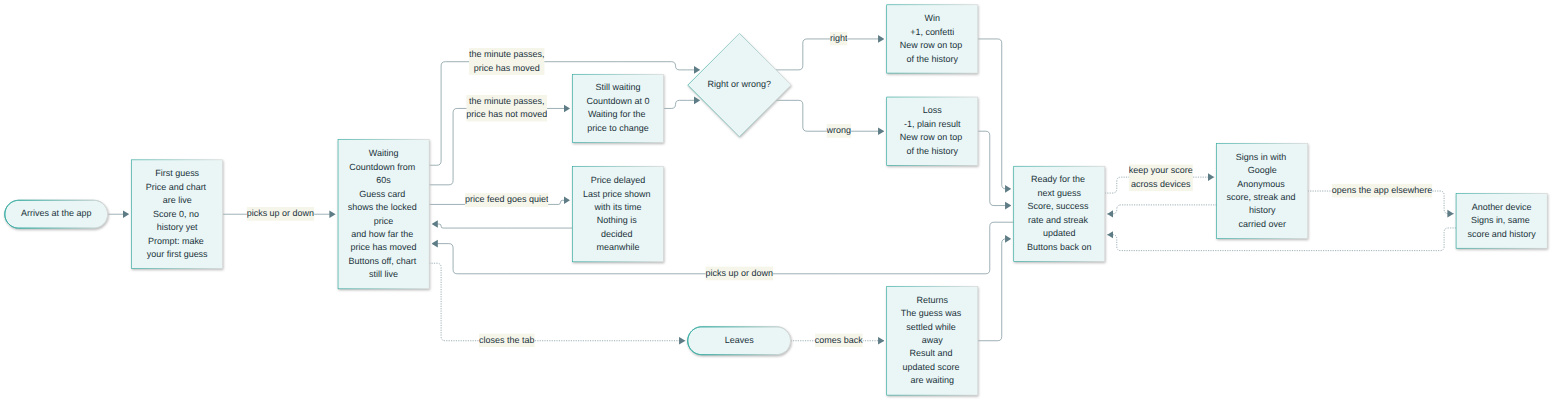
imcarvalho/epilot-btc keeps this Mermaid diagram as docs/flows/00-user-flow.png. Above is the earlier version. Its source is kept beside it as docs/flows/00-user-flow.mmd. Its diagram source:
```mermaid
flowchart LR
    A([Arrives at the app]) --> B[First guess<br/>Price and chart are live<br/>Score 0, no history yet<br/>Prompt: make your first guess]
    B -- "picks up or down" --> C[Waiting<br/>Countdown from 60s<br/>Guess card shows the locked price<br/>and how far the price has moved<br/>Buttons off, chart still live]
    C -- "the minute passes,<br/>price has moved" --> D{Right or wrong?}
    C -- "the minute passes,<br/>price has not moved" --> E[Still waiting<br/>Countdown at 0<br/>Waiting for the price to change]
    E --> D
    C -- "price feed goes quiet" --> F[Price delayed<br/>Last price shown with its time<br/>Nothing is decided meanwhile]
    F --> C

    D -- right --> G[Win<br/>+1, confetti<br/>New row on top of the history]
    D -- wrong --> H[Loss<br/>-1, plain result<br/>New row on top of the history]
    G --> I[Ready for the next guess<br/>Score, success rate and streak updated<br/>Buttons back on]
    H --> I
    I -- "picks up or down" --> C

    C -.->|closes the tab| J([Leaves])
    J -.->|comes back| K[Returns<br/>The guess was settled while away<br/>Result and updated score are waiting]
    K --> I

    I -. "keep your score<br/>across devices" .-> L[Signs in with Google<br/>Anonymous score, streak and history<br/>carried over]
    L -.-> I
    L -.->|opens the app elsewhere| M[Another device<br/>Signs in, same score and history]
    M -.-> I
```
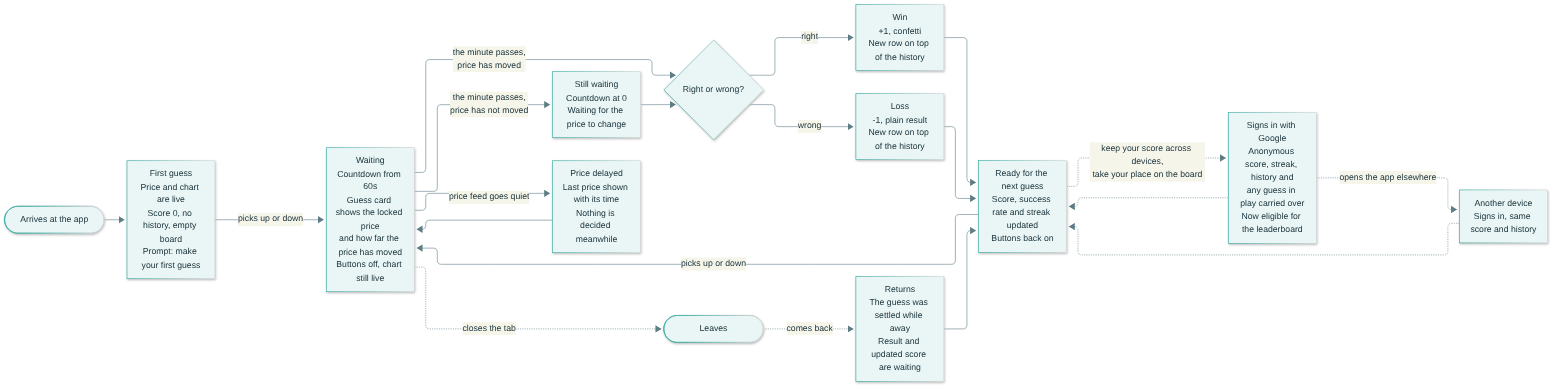
The same diagram one commit later.

Commit message:
Make the flow diagrams reproducible

Change to the diagram source:
```diff
@@ -1,5 +1,5 @@
 flowchart LR
-    A([Arrives at the app]) --> B[First guess<br/>Price and chart are live<br/>Score 0, no history yet<br/>Prompt: make your first guess]
+    A([Arrives at the app]) --> B[First guess<br/>Price and chart are live<br/>Score 0, no history, empty board<br/>Prompt: make your first guess]
     B -- "picks up or down" --> C[Waiting<br/>Countdown from 60s<br/>Guess card shows the locked price<br/>and how far the price has moved<br/>Buttons off, chart still live]
     C -- "the minute passes,<br/>price has moved" --> D{Right or wrong?}
     C -- "the minute passes,<br/>price has not moved" --> E[Still waiting<br/>Countdown at 0<br/>Waiting for the price to change]
@@ -17,7 +17,7 @@
     J -.->|comes back| K[Returns<br/>The guess was settled while away<br/>Result and updated score are waiting]
     K --> I
 
-    I -. "keep your score<br/>across devices" .-> L[Signs in with Google<br/>Anonymous score, streak and history<br/>carried over]
+    I -. "keep your score across devices,<br/>take your place on the board" .-> L[Signs in with Google<br/>Anonymous score, streak, history and<br/>any guess in play carried over<br/>Now eligible for the leaderboard]
     L -.-> I
     L -.->|opens the app elsewhere| M[Another device<br/>Signs in, same score and history]
     M -.-> I
```
